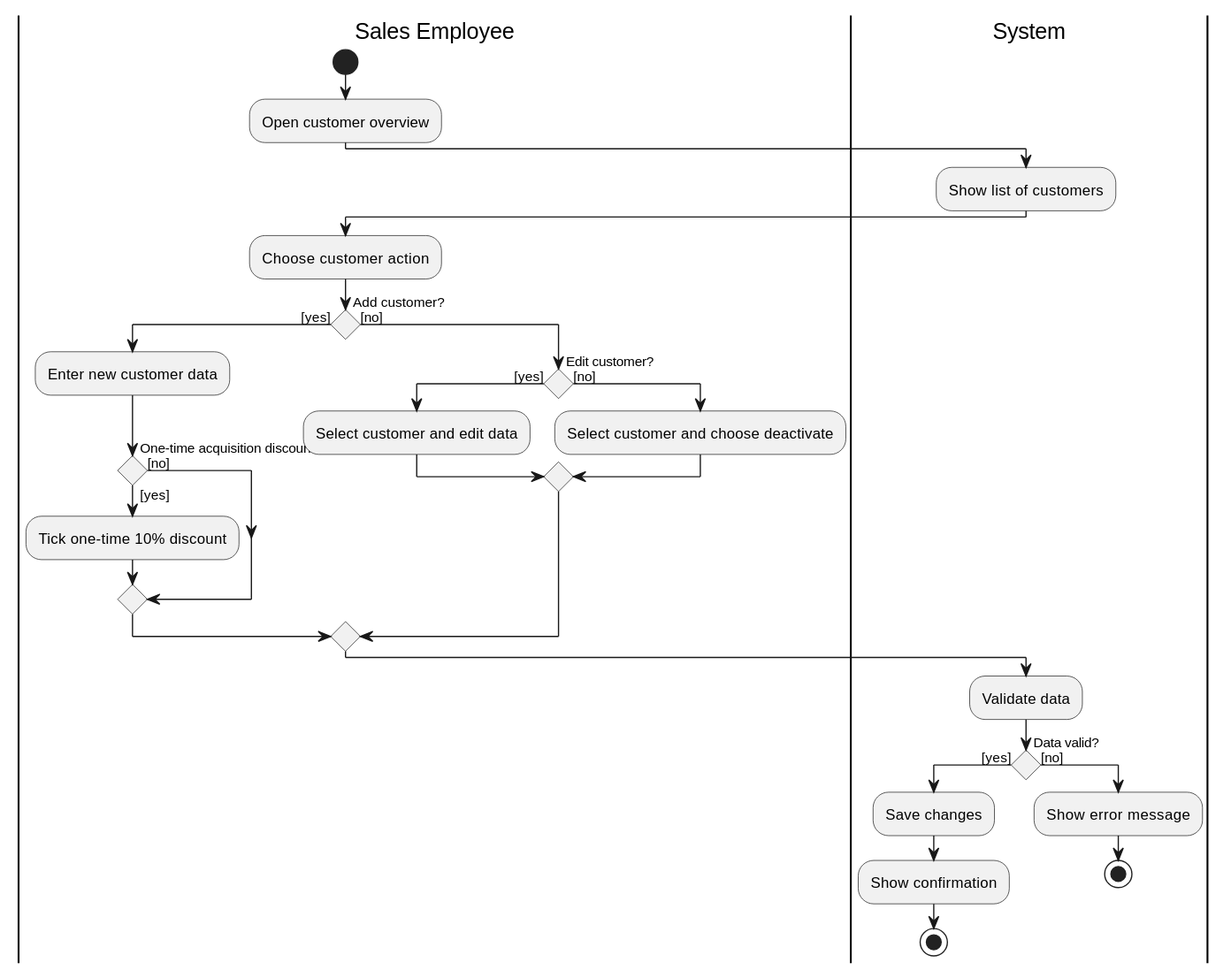
Before: Documentation/Architecture/uml/export/activity_diagrams/AD07_Manage_customer_data.svg, a diagram exported from PlantUML (ViktorQorri/Project-Timaflu). Source of this version:
```plantuml
@startuml
skinparam conditionStyle diamond
skinparam ConditionEndStyle diamond
skinparam ActivityDiamondFontSize 11
|Sales Employee|
start
:Open customer overview;
|System|
:Show list of customers;
|Sales Employee|
:Choose customer action;
if (Add customer?) then ([yes])
  :Enter new customer data;
  if (One-time acquisition discount?) then ([yes])
    :Tick one-time 10% discount;
  else ([no])
  endif
else ([no])
  if (Edit customer?) then ([yes])
    :Select customer and edit data;
  else ([no])
    :Select customer and choose deactivate;
  endif
endif
|System|
:Validate data;
if (Data valid?) then ([yes])
  :Save changes;
  :Show confirmation;
  stop
else ([no])
  :Show error message;
  stop
endif
@enduml
```
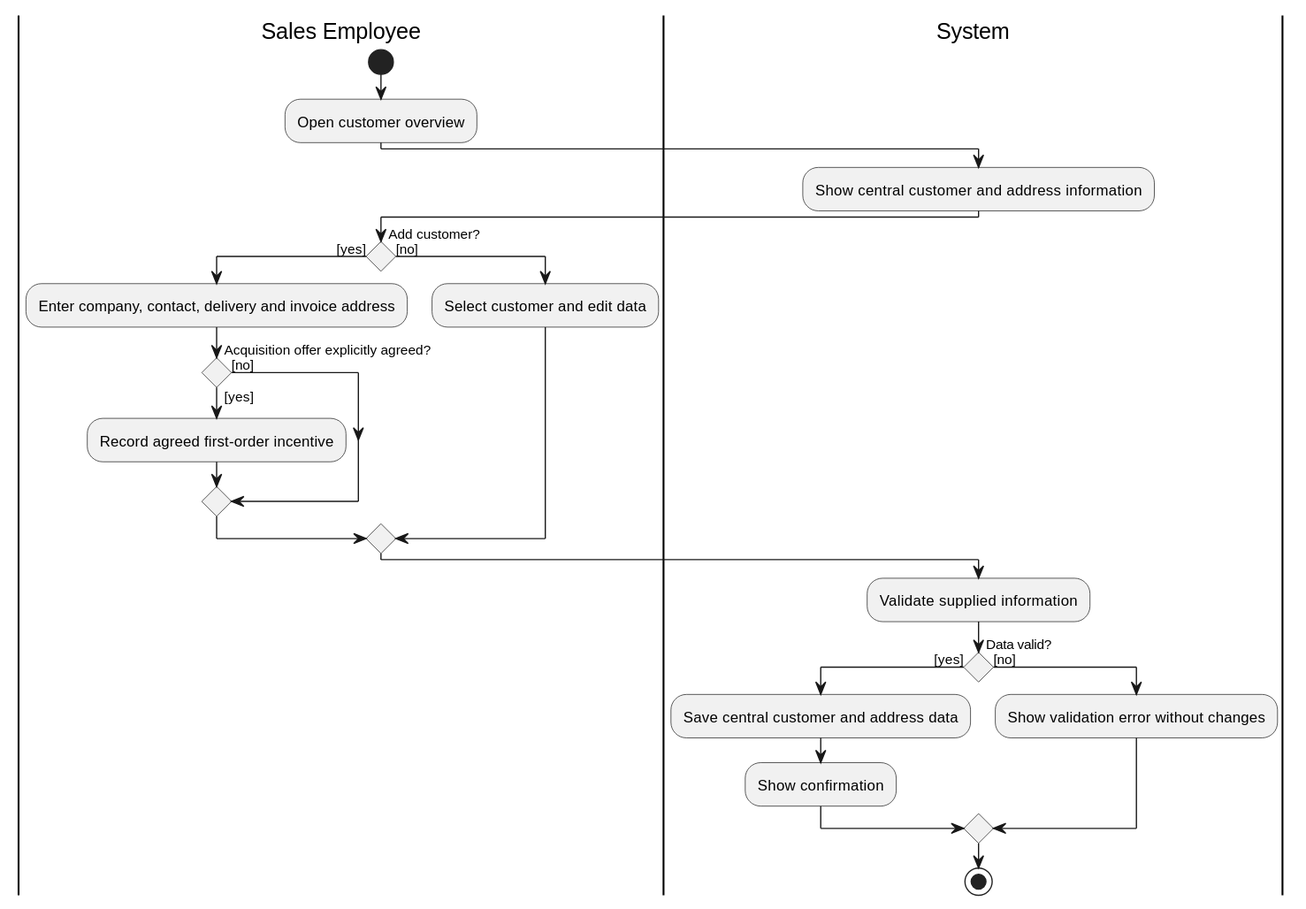
The same diagram one commit later.

Diff of the diagram source:
```diff
@@ -6,30 +6,24 @@
 start
 :Open customer overview;
 |System|
-:Show list of customers;
+:Show central customer and address information;
 |Sales Employee|
-:Choose customer action;
 if (Add customer?) then ([yes])
-  :Enter new customer data;
-  if (One-time acquisition discount?) then ([yes])
-    :Tick one-time 10% discount;
+  :Enter company, contact, delivery and invoice address;
+  if (Acquisition offer explicitly agreed?) then ([yes])
+    :Record agreed first-order incentive;
   else ([no])
   endif
 else ([no])
-  if (Edit customer?) then ([yes])
-    :Select customer and edit data;
-  else ([no])
-    :Select customer and choose deactivate;
-  endif
+  :Select customer and edit data;
 endif
 |System|
-:Validate data;
+:Validate supplied information;
 if (Data valid?) then ([yes])
-  :Save changes;
+  :Save central customer and address data;
   :Show confirmation;
-  stop
 else ([no])
-  :Show error message;
-  stop
+  :Show validation error without changes;
 endif
+stop
 @enduml
```
